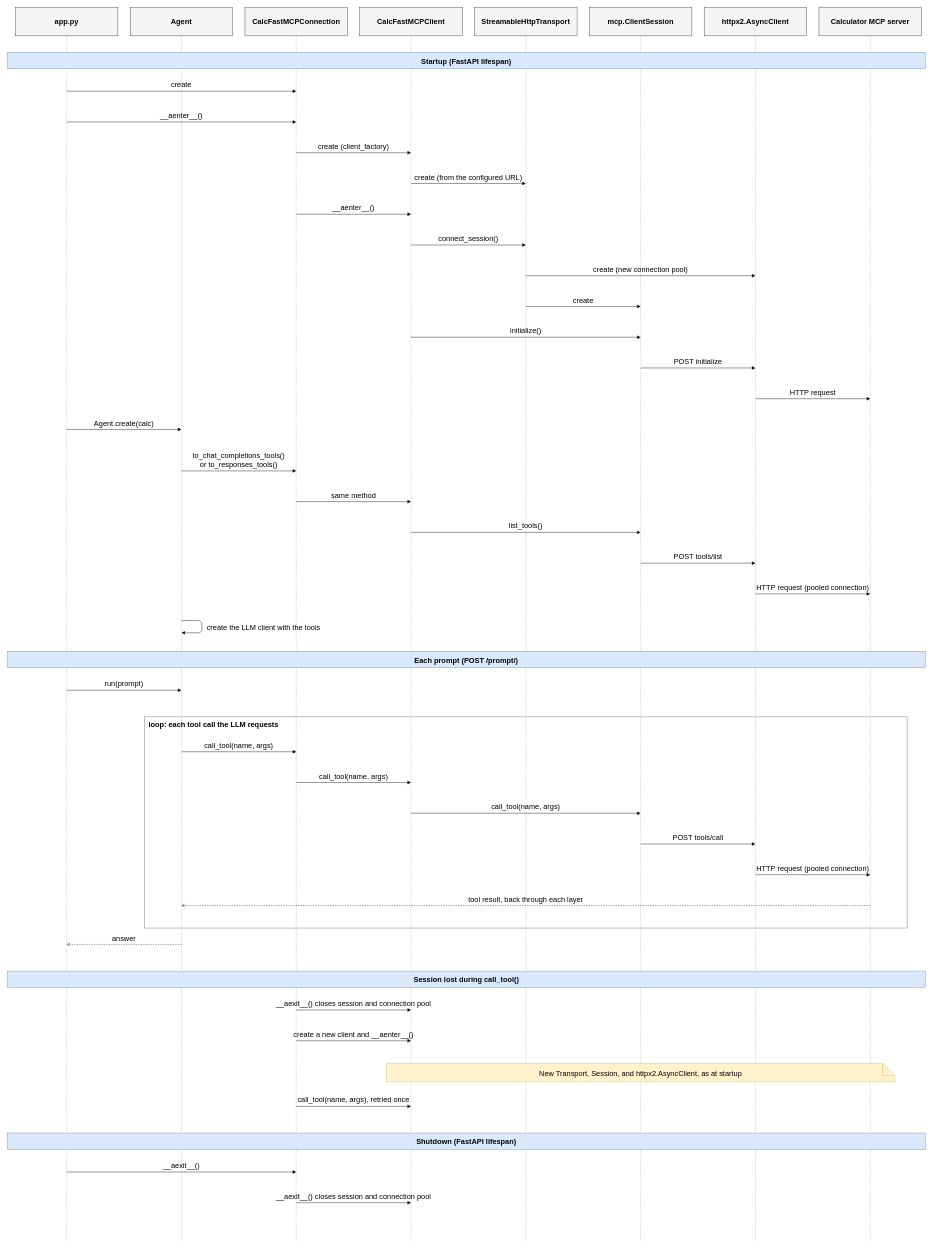
The draw.io diagram docs/mcp_sequence.drawio in rubensgomes-org/math-ai-agent, before the edit. Source tidied: cells renumbered, new cells numbered last; positions are measured from the earlier drawing's top-left corner, leaving out a move shared by most shapes. Both pictures are drawn from the tidied source at 41%, with x=0, y=0 at pixel (7, 7).
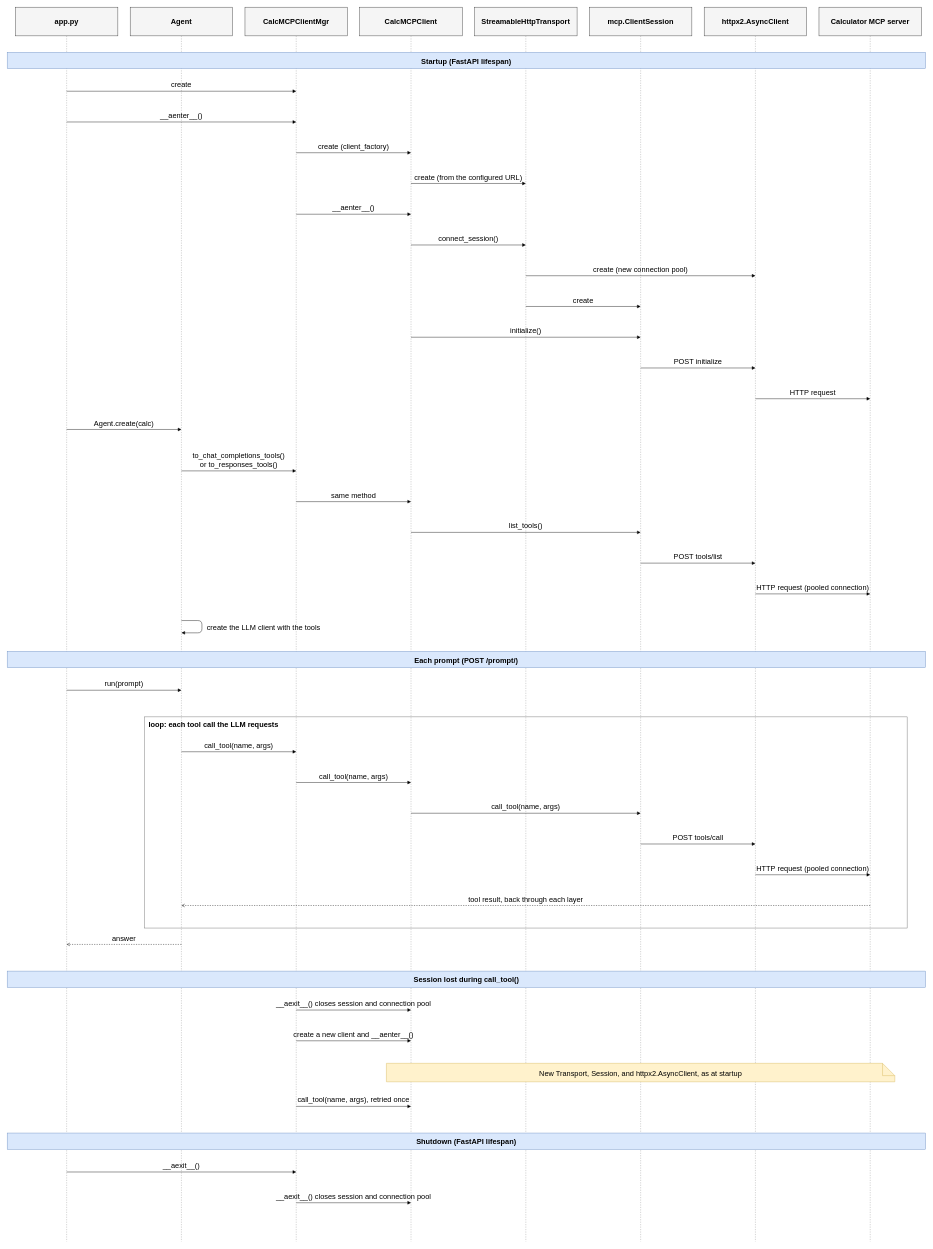
Above is the later version.

Diff of the diagram source:
```diff
@@
-    <mxCell id="80" value="CalcFastMCPConnection" style="rounded=0;whiteSpace=wrap;fillColor=#f5f5f5;strokeColor=#333333;fontSize=18;fontStyle=1;" parent="1" vertex="1">
+    <mxCell id="80" value="CalcMCPClientMgr" style="rounded=0;whiteSpace=wrap;fillColor=#f5f5f5;strokeColor=#333333;fontSize=18;fontStyle=1;" parent="1" vertex="1">
       <mxGeometry x="580" width="250" height="70" as="geometry" />
     </mxCell>
-    <mxCell id="81" value="CalcFastMCPClient" style="rounded=0;whiteSpace=wrap;fillColor=#f5f5f5;strokeColor=#333333;fontSize=18;fontStyle=1;" parent="1" vertex="1">
+    <mxCell id="81" value="CalcMCPClient" style="rounded=0;whiteSpace=wrap;fillColor=#f5f5f5;strokeColor=#333333;fontSize=18;fontStyle=1;" parent="1" vertex="1">
       <mxGeometry x="860" width="250" height="70" as="geometry" />
     </mxCell>
```
